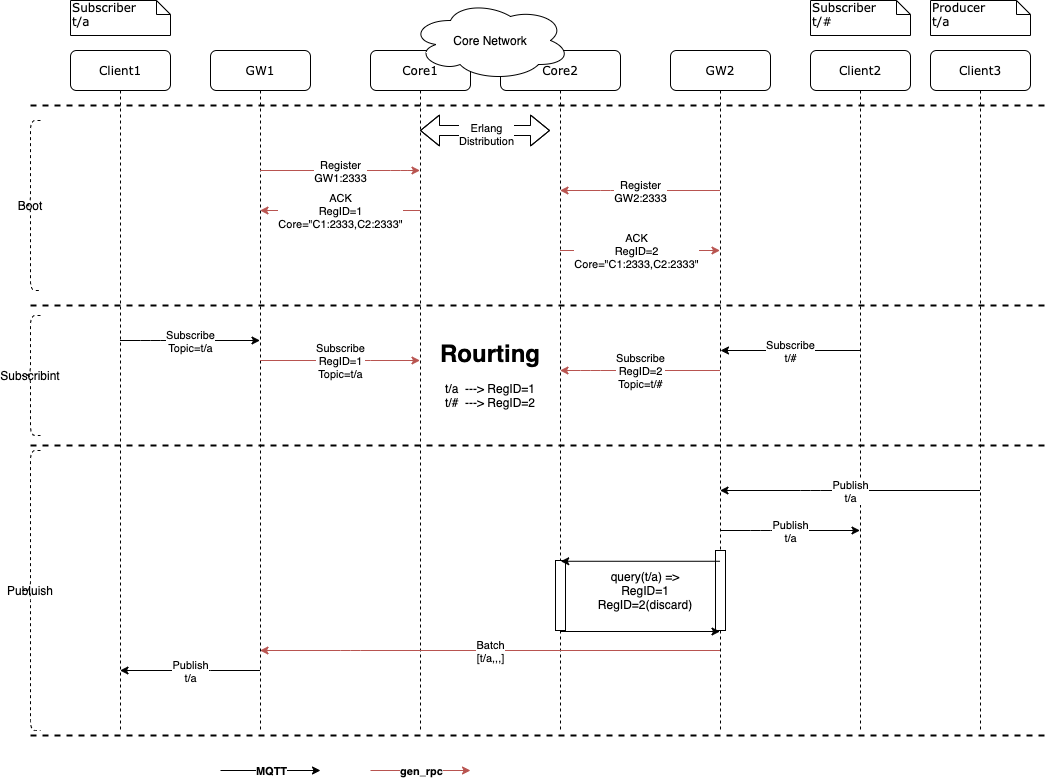
This is design/0005-stateless-brokers.png from emqx/eip, a draw.io export, as it was before one commit. Source tidied: cells renumbered, new cells last; positions are measured from the earlier drawing's top-left corner, leaving out a move shared by most shapes.
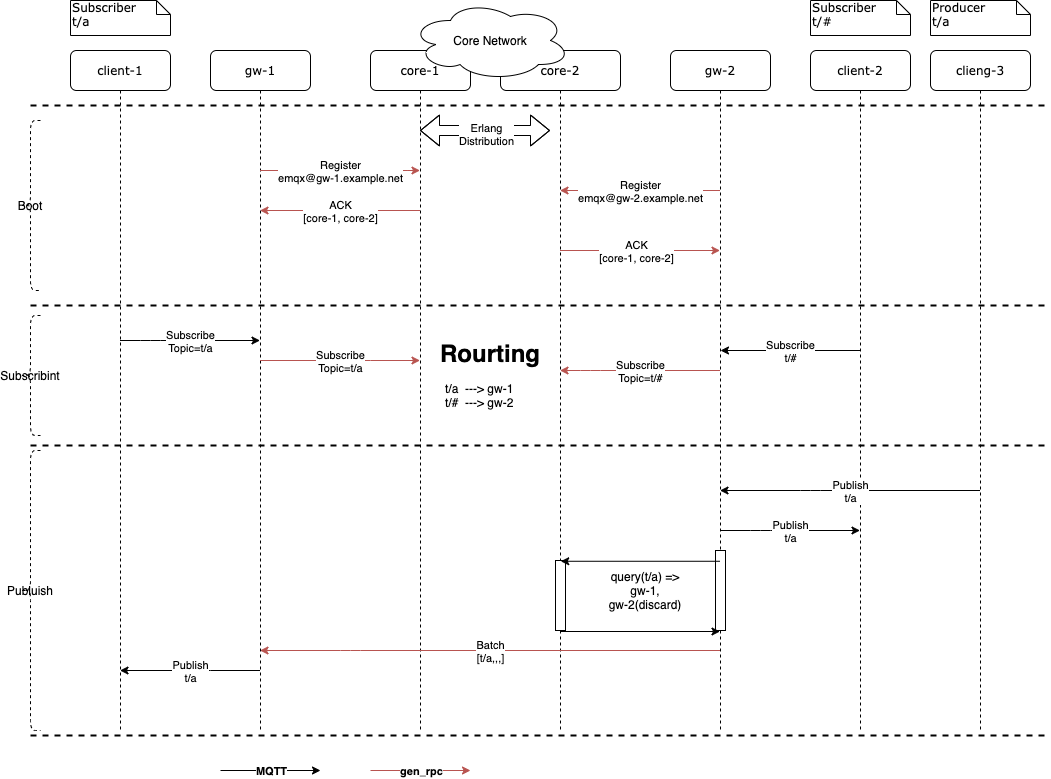
After the change.

Commit message:
docs(0004,0005): Redesign db replication and stateless brokers

Diff of the diagram source:
```diff
@@ -2,31 +2,31 @@
   <root>
     <mxCell id="0" />
     <mxCell id="1" parent="0" />
-    <mxCell id="2" value="GW1" style="shape=umlLifeline;perimeter=lifelinePerimeter;whiteSpace=wrap;html=1;outlineConnect=0;rounded=1;shadow=0;comic=0;labelBackgroundColor=none;strokeWidth=1;fontFamily=Verdana;fontSize=12;align=center;" parent="1" vertex="1">
+    <mxCell id="2" value="gw-1" style="shape=umlLifeline;perimeter=lifelinePerimeter;whiteSpace=wrap;html=1;outlineConnect=0;rounded=1;shadow=0;comic=0;labelBackgroundColor=none;strokeWidth=1;fontFamily=Verdana;fontSize=12;align=center;" parent="1" vertex="1">
       <mxGeometry x="190" y="50" width="100" height="680" as="geometry" />
     </mxCell>
-    <mxCell id="3" value="Core1" style="shape=umlLifeline;perimeter=lifelinePerimeter;whiteSpace=wrap;html=1;outlineConnect=0;rounded=1;shadow=0;comic=0;labelBackgroundColor=none;strokeWidth=1;fontFamily=Verdana;fontSize=12;align=center;" parent="1" vertex="1">
+    <mxCell id="3" value="core-1" style="shape=umlLifeline;perimeter=lifelinePerimeter;whiteSpace=wrap;html=1;outlineConnect=0;rounded=1;shadow=0;comic=0;labelBackgroundColor=none;strokeWidth=1;fontFamily=Verdana;fontSize=12;align=center;" parent="1" vertex="1">
       <mxGeometry x="350" y="50" width="100" height="680" as="geometry" />
     </mxCell>
-    <mxCell id="4" value="Core2" style="shape=umlLifeline;perimeter=lifelinePerimeter;whiteSpace=wrap;html=1;outlineConnect=0;rounded=1;shadow=0;comic=0;labelBackgroundColor=none;strokeWidth=1;fontFamily=Verdana;fontSize=12;align=center;" parent="1" vertex="1">
+    <mxCell id="4" value="core-2" style="shape=umlLifeline;perimeter=lifelinePerimeter;whiteSpace=wrap;html=1;outlineConnect=0;rounded=1;shadow=0;comic=0;labelBackgroundColor=none;strokeWidth=1;fontFamily=Verdana;fontSize=12;align=center;" parent="1" vertex="1">
       <mxGeometry x="480" y="50" width="120" height="680" as="geometry" />
     </mxCell>
     <mxCell id="5" style="html=1;points=[];perimeter=orthogonalPerimeter;" parent="4" vertex="1">
       <mxGeometry x="55" y="510" width="10" height="70" as="geometry" />
     </mxCell>
-    <mxCell id="6" value="GW2" style="shape=umlLifeline;perimeter=lifelinePerimeter;whiteSpace=wrap;html=1;outlineConnect=0;rounded=1;shadow=0;comic=0;labelBackgroundColor=none;strokeWidth=1;fontFamily=Verdana;fontSize=12;align=center;" parent="1" vertex="1">
+    <mxCell id="6" value="gw-2" style="shape=umlLifeline;perimeter=lifelinePerimeter;whiteSpace=wrap;html=1;outlineConnect=0;rounded=1;shadow=0;comic=0;labelBackgroundColor=none;strokeWidth=1;fontFamily=Verdana;fontSize=12;align=center;" parent="1" vertex="1">
       <mxGeometry x="650" y="50" width="100" height="680" as="geometry" />
     </mxCell>
     <mxCell id="7" style="html=1;perimeter=orthogonalPerimeter;strokeWidth=1;" parent="6" vertex="1">
       <mxGeometry x="45" y="500" width="10" height="80" as="geometry" />
     </mxCell>
-    <mxCell id="8" value="Client2" style="shape=umlLifeline;perimeter=lifelinePerimeter;whiteSpace=wrap;html=1;outlineConnect=0;rounded=1;shadow=0;comic=0;labelBackgroundColor=none;strokeWidth=1;fontFamily=Verdana;fontSize=12;align=center;" parent="1" vertex="1">
+    <mxCell id="8" value="client-2" style="shape=umlLifeline;perimeter=lifelinePerimeter;whiteSpace=wrap;html=1;outlineConnect=0;rounded=1;shadow=0;comic=0;labelBackgroundColor=none;strokeWidth=1;fontFamily=Verdana;fontSize=12;align=center;" parent="1" vertex="1">
       <mxGeometry x="790" y="50" width="100" height="680" as="geometry" />
     </mxCell>
-    <mxCell id="9" value="Client3" style="shape=umlLifeline;perimeter=lifelinePerimeter;whiteSpace=wrap;html=1;outlineConnect=0;rounded=1;shadow=0;comic=0;labelBackgroundColor=none;strokeWidth=1;fontFamily=Verdana;fontSize=12;align=center;" parent="1" vertex="1">
+    <mxCell id="9" value="clieng-3" style="shape=umlLifeline;perimeter=lifelinePerimeter;whiteSpace=wrap;html=1;outlineConnect=0;rounded=1;shadow=0;comic=0;labelBackgroundColor=none;strokeWidth=1;fontFamily=Verdana;fontSize=12;align=center;" parent="1" vertex="1">
       <mxGeometry x="910" y="50" width="100" height="680" as="geometry" />
     </mxCell>
-    <mxCell id="10" value="Client1" style="shape=umlLifeline;perimeter=lifelinePerimeter;whiteSpace=wrap;html=1;outlineConnect=0;rounded=1;shadow=0;comic=0;labelBackgroundColor=none;strokeWidth=1;fontFamily=Verdana;fontSize=12;align=center;" parent="1" vertex="1">
+    <mxCell id="10" value="client-1" style="shape=umlLifeline;perimeter=lifelinePerimeter;whiteSpace=wrap;html=1;outlineConnect=0;rounded=1;shadow=0;comic=0;labelBackgroundColor=none;strokeWidth=1;fontFamily=Verdana;fontSize=12;align=center;" parent="1" vertex="1">
       <mxGeometry x="50" y="50" width="100" height="680" as="geometry" />
     </mxCell>
     <mxCell id="11" value="Subscriber&lt;br&gt;t/a" style="shape=note;whiteSpace=wrap;html=1;size=14;verticalAlign=top;align=left;spacingTop=-6;rounded=0;shadow=0;comic=0;labelBackgroundColor=none;strokeWidth=1;fontFamily=Verdana;fontSize=12;" parent="1" vertex="1">
@@ -43,12 +43,11 @@
         <mxPoint x="239.5" y="170" as="sourcePoint" />
         <mxPoint x="399.5" y="170" as="targetPoint" />
         <Array as="points">
-          <mxPoint x="330" y="170" />
           <mxPoint x="380" y="170" />
         </Array>
       </mxGeometry>
     </mxCell>
-    <mxCell id="15" value="Register&lt;br&gt;GW1:2333" style="edgeLabel;html=1;align=center;verticalAlign=middle;" parent="14" vertex="1">
+    <mxCell id="15" value="Register&lt;br&gt;emqx@gw-1.example.net" style="edgeLabel;html=1;align=center;verticalAlign=middle;" parent="14" vertex="1">
       <mxGeometry relative="1" as="geometry" />
     </mxCell>
     <mxCell id="16" style="endArrow=classic;html=1;fillColor=#f8cecc;strokeColor=#b85450;" parent="1" edge="1">
@@ -60,7 +59,7 @@
         </Array>
       </mxGeometry>
     </mxCell>
-    <mxCell id="17" value="ACK&lt;br&gt;RegID=1&lt;br&gt;Core=&quot;C1:2333,C2:2333&quot;" style="edgeLabel;html=1;align=center;verticalAlign=middle;" parent="16" vertex="1">
+    <mxCell id="17" value="ACK&lt;br&gt;[core-1, core-2]" style="edgeLabel;html=1;align=center;verticalAlign=middle;" parent="16" vertex="1">
       <mxGeometry relative="1" as="geometry" />
     </mxCell>
     <mxCell id="18" style="endArrow=classic;html=1;fillColor=#f8cecc;strokeColor=#b85450;" parent="1" edge="1" source="6" target="4">
@@ -71,7 +70,7 @@
         </Array>
       </mxGeometry>
     </mxCell>
-    <mxCell id="19" value="Register&lt;br&gt;GW2:2333" style="edgeLabel;html=1;align=center;verticalAlign=middle;" parent="18" vertex="1">
+    <mxCell id="19" value="Register&lt;br&gt;emqx@gw-2.example.net" style="edgeLabel;html=1;align=center;verticalAlign=middle;" parent="18" vertex="1">
       <mxGeometry relative="1" as="geometry" />
     </mxCell>
     <mxCell id="20" style="endArrow=classic;html=1;fillColor=#f8cecc;strokeColor=#b85450;" parent="1" edge="1" source="4" target="6">
@@ -81,7 +80,7 @@
         </Array>
       </mxGeometry>
     </mxCell>
-    <mxCell id="21" value="ACK&lt;br&gt;RegID=2&lt;br&gt;Core=&quot;C1:2333,C2:2333&quot;" style="edgeLabel;html=1;align=center;verticalAlign=middle;" parent="20" vertex="1">
+    <mxCell id="21" value="ACK&lt;br&gt;[core-1, core-2]" style="edgeLabel;html=1;align=center;verticalAlign=middle;" parent="20" vertex="1">
       <mxGeometry relative="1" as="geometry">
         <mxPoint x="-4.5" as="offset" />
       </mxGeometry>
@@ -123,7 +122,7 @@
         </Array>
       </mxGeometry>
     </mxCell>
-    <mxCell id="29" value="Subscribe&lt;br&gt;RegID=1&lt;br&gt;Topic=t/a" style="edgeLabel;html=1;align=center;verticalAlign=middle;" parent="28" vertex="1">
+    <mxCell id="29" value="Subscribe&lt;br&gt;Topic=t/a" style="edgeLabel;html=1;align=center;verticalAlign=middle;" parent="28" vertex="1">
       <mxGeometry relative="1" as="geometry" />
     </mxCell>
     <mxCell id="30" style="endArrow=classic;html=1;fillColor=#f8cecc;strokeColor=#b85450;" parent="1" edge="1" source="6" target="4">
@@ -133,7 +132,7 @@
         </Array>
       </mxGeometry>
     </mxCell>
-    <mxCell id="31" value="Subscribe&lt;br&gt;RegID=2&lt;br&gt;Topic=t/#" style="edgeLabel;html=1;align=center;verticalAlign=middle;" parent="30" vertex="1">
+    <mxCell id="31" value="Subscribe&lt;br&gt;Topic=t/#" style="edgeLabel;html=1;align=center;verticalAlign=middle;" parent="30" vertex="1">
       <mxGeometry relative="1" as="geometry" />
     </mxCell>
     <mxCell id="32" value="&lt;h1&gt;Rourting&lt;/h1&gt;&lt;p&gt;&lt;br&gt;&lt;/p&gt;" style="text;html=1;strokeColor=none;fillColor=none;spacing=5;spacingTop=-20;whiteSpace=wrap;overflow=hidden;rounded=0;" parent="1" vertex="1">
@@ -142,7 +141,7 @@
     <mxCell id="33" value="Core Network" style="ellipse;shape=cloud;whiteSpace=wrap;html=1;" parent="1" vertex="1">
       <mxGeometry x="390" width="160" height="80" as="geometry" />
     </mxCell>
-    <mxCell id="34" value="t/a&amp;nbsp; ---&amp;gt; RegID=1&lt;br&gt;t/#&amp;nbsp; ---&amp;gt; RegID=2" style="text;strokeColor=none;fillColor=none;html=1;whiteSpace=wrap;verticalAlign=middle;overflow=hidden;dashed=1;dashPattern=1 2;" parent="1" vertex="1">
+    <mxCell id="34" value="t/a&amp;nbsp; ---&amp;gt; gw-1&lt;br&gt;t/#&amp;nbsp; ---&amp;gt; gw-2" style="text;strokeColor=none;fillColor=none;html=1;whiteSpace=wrap;verticalAlign=middle;overflow=hidden;dashed=1;dashPattern=1 2;" parent="1" vertex="1">
       <mxGeometry x="422.5" y="355" width="95" height="80" as="geometry" />
     </mxCell>
     <mxCell id="35" style="endArrow=classic;html=1;" parent="1" edge="1" source="9" target="6">
@@ -232,7 +231,7 @@
         <mxPoint x="540" y="631" as="sourcePoint" />
       </mxGeometry>
     </mxCell>
-    <mxCell id="56" value="query(t/a) =&amp;gt;&lt;br&gt;RegID=1&lt;br&gt;RegID=2(discard)" style="text;html=1;strokeColor=none;fillColor=none;align=center;verticalAlign=middle;whiteSpace=wrap;rounded=0;" parent="1" vertex="1">
+    <mxCell id="56" value="query(t/a) =&amp;gt;&lt;br&gt;gw-1,&lt;br&gt;gw-2(discard)" style="text;html=1;strokeColor=none;fillColor=none;align=center;verticalAlign=middle;whiteSpace=wrap;rounded=0;" parent="1" vertex="1">
       <mxGeometry x="580" y="580" width="90" height="20" as="geometry" />
     </mxCell>
   </root>
```
